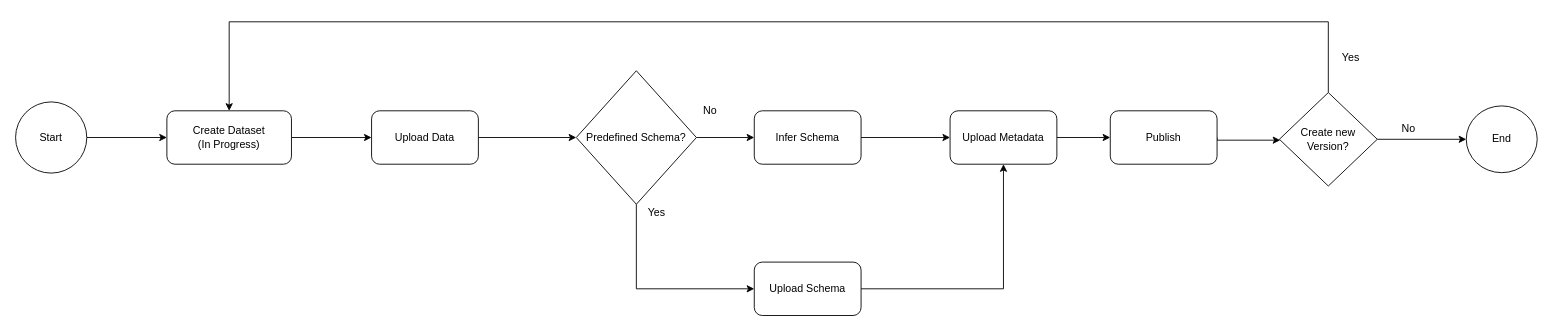
DouglasConnect/edelweiss-data-docs keeps this draw.io diagram as walkthroughs/diagrams/dataset-lifecycle.drawio. Above is the earlier version. Source tidied: cells renumbered, new cells numbered last; positions are measured from the earlier drawing's top-left corner, leaving out a move shared by most shapes. Both pictures are drawn from the tidied source at 89%, with x=0, y=0 at pixel (15, 21).
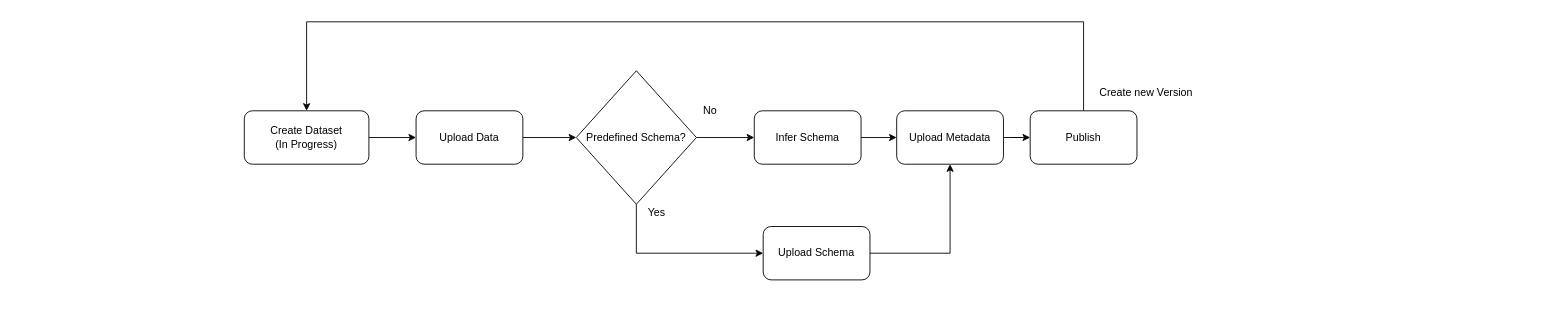
After the change.

Commit message (it also covers changes not shown here):
Simplified Flow Chart

The change refers to these unchanged cells:
```xml
<mxCell id="8" value="Predefined Schema?" style="rhombus;whiteSpace=wrap;html=1;" parent="1" vertex="1">
  <mxGeometry x="630" y="55" width="135" height="150" as="geometry" />
</mxCell>
```

The edit, as a diff of the source:
```diff
@@
     <mxCell id="3" value="Create Dataset &lt;br&gt;(In Progress)" style="rounded=1;whiteSpace=wrap;html=1;fontSize=12;glass=0;strokeWidth=1;shadow=0;" parent="1" vertex="1">
-      <mxGeometry x="170" y="100" width="140" height="60" as="geometry" />
+      <mxGeometry x="257" y="100" width="140" height="60" as="geometry" />
     </mxCell>
@@
     <mxCell id="5" value="Upload Data" style="whiteSpace=wrap;html=1;rounded=1;" parent="1" vertex="1">
-      <mxGeometry x="400" y="100" width="120" height="60" as="geometry" />
+      <mxGeometry x="450" y="100" width="120" height="60" as="geometry" />
     </mxCell>
     <mxCell id="6" style="edgeStyle=orthogonalEdgeStyle;rounded=0;jettySize=auto;html=1;entryX=0;entryY=0.5;entryDx=0;entryDy=0;" parent="1" edge="1" source="8" target="10">
       <mxGeometry relative="1" as="geometry">
         <Array as="points">
-          <mxPoint x="698" y="300" />
+          <mxPoint x="698" y="260" />
+          <mxPoint x="830" y="260" />
         </Array>
       </mxGeometry>
     </mxCell>
@@
     <mxCell id="9" style="edgeStyle=orthogonalEdgeStyle;rounded=0;jettySize=auto;html=1;entryX=0.5;entryY=1;entryDx=0;entryDy=0;exitX=1;exitY=0.5;exitDx=0;exitDy=0;" parent="1" edge="1" source="10" target="16">
       <mxGeometry relative="1" as="geometry">
         <Array as="points">
-          <mxPoint x="1110" y="300" />
+          <mxPoint x="950" y="260" />
+          <mxPoint x="1050" y="260" />
         </Array>
       </mxGeometry>
     </mxCell>
     <mxCell id="10" value="Upload Schema" style="whiteSpace=wrap;html=1;rounded=1;" parent="1" vertex="1">
-      <mxGeometry x="830" y="270" width="120" height="60" as="geometry" />
+      <mxGeometry x="840" y="230" width="120" height="60" as="geometry" />
     </mxCell>
@@
     <mxCell id="16" value="Upload Metadata" style="whiteSpace=wrap;html=1;rounded=1;" parent="1" vertex="1">
-      <mxGeometry x="1050" y="100" width="120" height="60" as="geometry" />
+      <mxGeometry x="990" y="100" width="120" height="60" as="geometry" />
     </mxCell>
-    <mxCell id="17" style="edgeStyle=orthogonalEdgeStyle;rounded=0;jettySize=auto;html=1;exitX=0.5;exitY=0;exitDx=0;exitDy=0;" parent="1" edge="1" source="23">
+    <mxCell id="17" style="edgeStyle=orthogonalEdgeStyle;rounded=0;jettySize=auto;html=1;exitX=0.5;exitY=0;exitDx=0;exitDy=0;entryX=0.5;entryY=0;entryDx=0;entryDy=0;" parent="1" edge="1" source="19" target="3">
       <mxGeometry relative="1" as="geometry">
-        <mxPoint x="240" y="100" as="targetPoint" />
         <Array as="points">
-          <mxPoint x="1475" />
-          <mxPoint x="240" />
+          <mxPoint x="1200" />
+          <mxPoint x="327" />
         </Array>
       </mxGeometry>
     </mxCell>
-    <mxCell id="18" style="edgeStyle=orthogonalEdgeStyle;rounded=0;jettySize=auto;html=1;exitX=1;exitY=0.5;exitDx=0;exitDy=0;" parent="1" edge="1" source="19" target="23">
-      <mxGeometry relative="1" as="geometry">
-        <Array as="points">
-          <mxPoint x="1350" y="133" />
-        </Array>
-      </mxGeometry>
-    </mxCell>
     <mxCell id="19" value="Publish" style="whiteSpace=wrap;html=1;rounded=1;" parent="1" vertex="1">
-      <mxGeometry x="1230" y="100" width="120" height="60" as="geometry" />
+      <mxGeometry x="1140" y="100" width="120" height="60" as="geometry" />
     </mxCell>
-    <mxCell id="20" style="edgeStyle=orthogonalEdgeStyle;rounded=0;jettySize=auto;html=1;" parent="1" edge="1" source="21" target="3">
-      <mxGeometry relative="1" as="geometry" />
-    </mxCell>
-    <mxCell id="21" value="Start" style="ellipse;whiteSpace=wrap;html=1;rounded=1;" parent="1" vertex="1">
-      <mxGeometry y="90" width="80" height="80" as="geometry" />
-    </mxCell>
-    <mxCell id="22" style="edgeStyle=orthogonalEdgeStyle;rounded=0;jettySize=auto;html=1;entryX=0;entryY=0.5;entryDx=0;entryDy=0;" parent="1" edge="1" source="23" target="24">
-      <mxGeometry relative="1" as="geometry" />
-    </mxCell>
-    <mxCell id="23" value="Create new Version?" style="rhombus;whiteSpace=wrap;html=1;rounded=0;" parent="1" vertex="1">
-      <mxGeometry x="1420" y="79.5" width="110" height="105" as="geometry" />
-    </mxCell>
-    <mxCell id="24" value="End" style="ellipse;whiteSpace=wrap;html=1;rounded=1;" parent="1" vertex="1">
-      <mxGeometry x="1630" y="94.5" width="79.7" height="75" as="geometry" />
-    </mxCell>
-    <mxCell id="25" value="No" style="text;html=1;align=center;verticalAlign=middle;" parent="1" vertex="1">
-      <mxGeometry x="1550" y="110" width="30" height="20" as="geometry" />
-    </mxCell>
-    <mxCell id="26" value="Yes" style="text;html=1;align=center;verticalAlign=middle;" parent="1" vertex="1">
-      <mxGeometry x="1480" y="30" width="40" height="20" as="geometry" />
-    </mxCell>
+    <mxCell id="27" value="Create new Version" style="text;html=1;align=center;verticalAlign=middle;" parent="1" vertex="1">
+      <mxGeometry x="1210" y="70" width="120" height="20" as="geometry" />
+    </mxCell>
```
